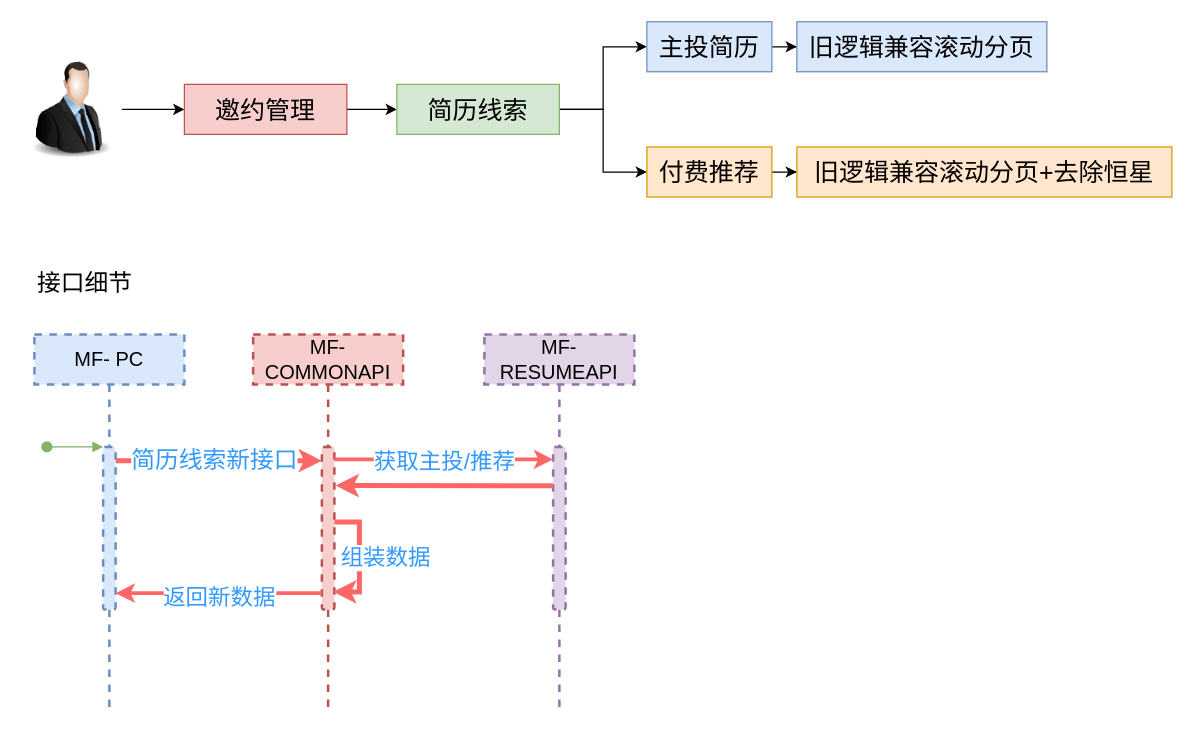
Above: 简历线索优化.drawio in LuOyEbY/draw-b (draw.io), before the change. Source tidied: cells renumbered, new cells numbered last; positions are measured from the earlier drawing's top-left corner, leaving out a move shared by most shapes. Both pictures are drawn from the tidied source at 125%, with x=0, y=0 at pixel (21, 21).
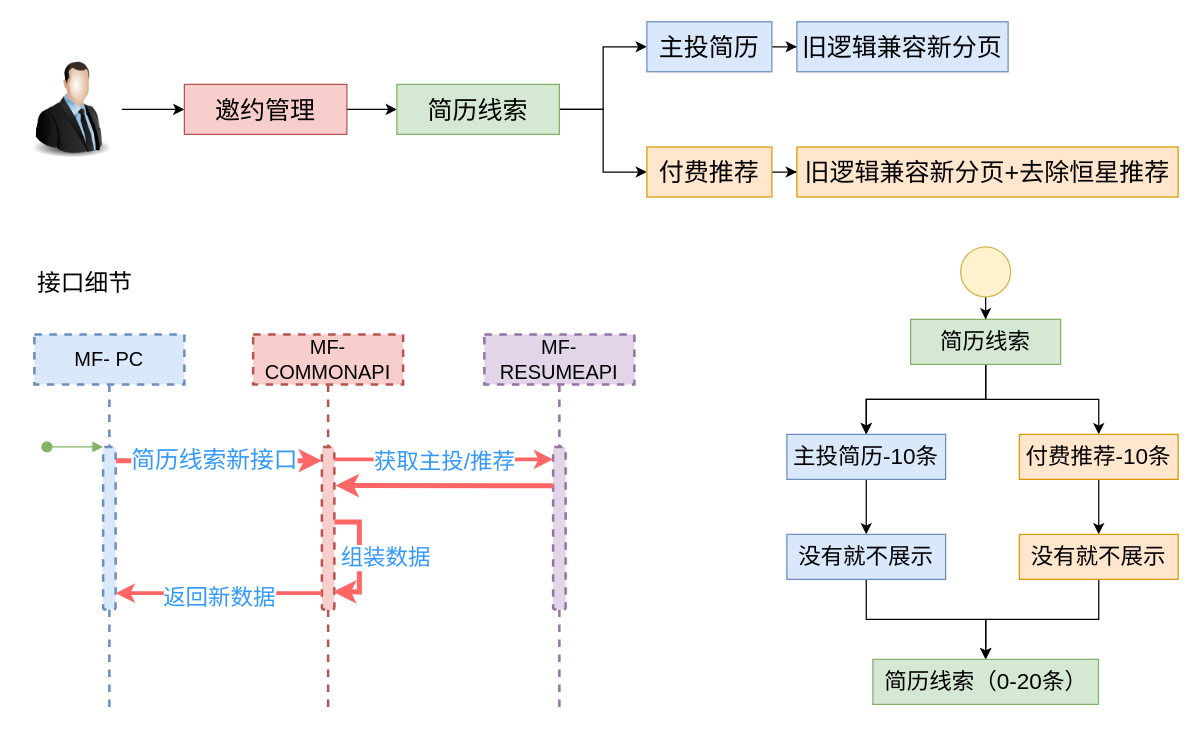
After the change.

Commit message (it also covers changes not shown here):
更新简历线索优化.drawio

The edit, as a diff of the source:
```diff
@@
-    <mxCell id="14" value="旧逻辑兼容滚动分页" style="rounded=0;whiteSpace=wrap;html=1;fontSize=20;fillColor=#dae8fc;strokeColor=#6c8ebf;" parent="1" vertex="1">
-      <mxGeometry x="620" y="-0.1" width="200" height="40" as="geometry" />
+    <mxCell id="14" value="旧逻辑兼容新分页" style="rounded=0;whiteSpace=wrap;html=1;fontSize=20;fillColor=#dae8fc;strokeColor=#6c8ebf;" parent="1" vertex="1">
+      <mxGeometry x="620" y="-0.1" width="169" height="40" as="geometry" />
     </mxCell>
-    <mxCell id="15" value="旧逻辑兼容滚动分页+去除恒星" style="rounded=0;whiteSpace=wrap;html=1;fontSize=20;fillColor=#ffe6cc;strokeColor=#d79b00;" parent="1" vertex="1">
-      <mxGeometry x="620" y="100.1" width="300" height="40" as="geometry" />
+    <mxCell id="15" value="旧逻辑兼容新分页+去除恒星推荐" style="rounded=0;whiteSpace=wrap;html=1;fontSize=20;fillColor=#ffe6cc;strokeColor=#d79b00;" parent="1" vertex="1">
+      <mxGeometry x="620" y="100.1" width="305" height="40" as="geometry" />
     </mxCell>
@@
+    <mxCell id="33" style="edgeStyle=orthogonalEdgeStyle;rounded=0;jettySize=auto;html=1;" parent="1" edge="1" source="34" target="38">
+      <mxGeometry relative="1" as="geometry" />
+    </mxCell>
+    <mxCell id="34" style="ellipse;whiteSpace=wrap;html=1;fillColor=#fff2cc;strokeColor=#d6b656;" parent="1" vertex="1">
+      <mxGeometry x="751" y="180" width="40" height="40" as="geometry" />
+    </mxCell>
+    <mxCell id="35" style="edgeStyle=orthogonalEdgeStyle;rounded=0;jettySize=auto;html=1;" parent="1" edge="1" source="38" target="40">
+      <mxGeometry relative="1" as="geometry" />
+    </mxCell>
+    <mxCell id="36" style="edgeStyle=orthogonalEdgeStyle;rounded=0;jettySize=auto;html=1;" parent="1" edge="1" source="38" target="40">
+      <mxGeometry relative="1" as="geometry" />
+    </mxCell>
+    <mxCell id="37" style="edgeStyle=orthogonalEdgeStyle;rounded=0;jettySize=auto;html=1;entryX=0.5;entryY=0;entryDx=0;entryDy=0;" parent="1" edge="1" source="38" target="42">
+      <mxGeometry relative="1" as="geometry" />
+    </mxCell>
+    <mxCell id="38" value="简历线索" style="whiteSpace=wrap;html=1;fontSize=18;fillColor=#d5e8d4;strokeColor=#82b366;" parent="1" vertex="1">
+      <mxGeometry x="711" y="238" width="120" height="36" as="geometry" />
+    </mxCell>
+    <mxCell id="39" style="edgeStyle=orthogonalEdgeStyle;rounded=0;jettySize=auto;html=1;" parent="1" edge="1" source="40" target="44">
+      <mxGeometry relative="1" as="geometry" />
+    </mxCell>
+    <mxCell id="40" value="主投简历-10条" style="whiteSpace=wrap;html=1;fontSize=18;fillColor=#dae8fc;strokeColor=#6c8ebf;" parent="1" vertex="1">
+      <mxGeometry x="612" y="330" width="127" height="36" as="geometry" />
+    </mxCell>
+    <mxCell id="41" style="edgeStyle=orthogonalEdgeStyle;rounded=0;jettySize=auto;html=1;" parent="1" edge="1" source="42" target="46">
+      <mxGeometry relative="1" as="geometry" />
+    </mxCell>
+    <mxCell id="42" value="付费推荐-10条" style="whiteSpace=wrap;html=1;fontSize=18;fillColor=#ffe6cc;strokeColor=#d79b00;" parent="1" vertex="1">
+      <mxGeometry x="798" y="330" width="127" height="36" as="geometry" />
+    </mxCell>
+    <mxCell id="43" style="edgeStyle=orthogonalEdgeStyle;rounded=0;jettySize=auto;html=1;" parent="1" edge="1" source="44" target="47">
+      <mxGeometry relative="1" as="geometry" />
+    </mxCell>
+    <mxCell id="44" value="没有就不展示" style="whiteSpace=wrap;html=1;fontSize=18;fillColor=#dae8fc;strokeColor=#6c8ebf;" parent="1" vertex="1">
+      <mxGeometry x="612" y="410" width="127" height="36" as="geometry" />
+    </mxCell>
+    <mxCell id="45" style="edgeStyle=orthogonalEdgeStyle;rounded=0;jettySize=auto;html=1;entryX=0.5;entryY=0;entryDx=0;entryDy=0;" parent="1" edge="1" source="46" target="47">
+      <mxGeometry relative="1" as="geometry" />
+    </mxCell>
+    <mxCell id="46" value="没有就不展示" style="whiteSpace=wrap;html=1;fontSize=18;fillColor=#ffe6cc;strokeColor=#d79b00;" parent="1" vertex="1">
+      <mxGeometry x="798" y="410" width="127" height="36" as="geometry" />
+    </mxCell>
+    <mxCell id="47" value="简历线索（0-20条）" style="whiteSpace=wrap;html=1;fontSize=18;fillColor=#d5e8d4;strokeColor=#82b366;" parent="1" vertex="1">
+      <mxGeometry x="680.8" y="510" width="180.5" height="36" as="geometry" />
+    </mxCell>
```
